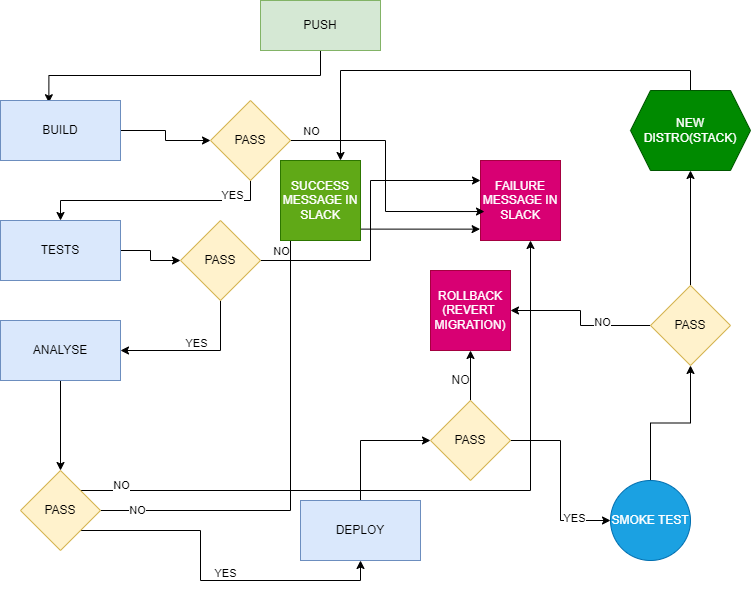
Before: CI/CD-FLOW.png, a diagram exported from draw.io (Voldarco/AWS-Practice). Source tidied: cells renumbered, new cells last; positions are measured from the earlier drawing's top-left corner, leaving out a move shared by most shapes. Its diagram source:
```xml
<mxGraphModel>
  <root>
    <mxCell id="0" />
    <mxCell id="1" parent="0" />
    <mxCell id="2" style="edgeStyle=orthogonalEdgeStyle;rounded=0;jettySize=auto;html=1;exitX=0.5;exitY=1;exitDx=0;exitDy=0;entryX=0.403;entryY=0.037;entryDx=0;entryDy=0;entryPerimeter=0;" parent="1" edge="1" source="3" target="5">
      <mxGeometry relative="1" as="geometry" />
    </mxCell>
    <mxCell id="3" value="PUSH" style="rounded=0;whiteSpace=wrap;html=1;fillColor=#d5e8d4;strokeColor=#82b366;" parent="1" vertex="1">
      <mxGeometry x="260" width="120" height="50" as="geometry" />
    </mxCell>
    <mxCell id="4" style="edgeStyle=orthogonalEdgeStyle;rounded=0;jettySize=auto;html=1;" parent="1" edge="1" source="5" target="13">
      <mxGeometry relative="1" as="geometry" />
    </mxCell>
    <mxCell id="5" value="BUILD" style="rounded=0;whiteSpace=wrap;html=1;fillColor=#dae8fc;strokeColor=#6c8ebf;" parent="1" vertex="1">
      <mxGeometry y="100" width="120" height="60" as="geometry" />
    </mxCell>
    <mxCell id="6" value="FAILURE MESSAGE IN SLACK" style="whiteSpace=wrap;html=1;fillColor=#d80073;strokeColor=#A50040;fontColor=#ffffff;" parent="1" vertex="1">
      <mxGeometry x="480" y="160" width="80" height="80" as="geometry" />
    </mxCell>
    <mxCell id="7" style="edgeStyle=orthogonalEdgeStyle;rounded=0;jettySize=auto;html=1;exitX=1;exitY=0.5;exitDx=0;exitDy=0;entryX=0;entryY=0.5;entryDx=0;entryDy=0;" parent="1" edge="1" source="8" target="18">
      <mxGeometry relative="1" as="geometry" />
    </mxCell>
    <mxCell id="8" value="TESTS" style="rounded=0;whiteSpace=wrap;html=1;fillColor=#dae8fc;strokeColor=#6c8ebf;" parent="1" vertex="1">
      <mxGeometry y="220" width="120" height="60" as="geometry" />
    </mxCell>
    <mxCell id="9" style="edgeStyle=orthogonalEdgeStyle;rounded=0;jettySize=auto;html=1;exitX=1;exitY=0.5;exitDx=0;exitDy=0;entryX=0.05;entryY=0.638;entryDx=0;entryDy=0;entryPerimeter=0;" parent="1" edge="1" source="13" target="6">
      <mxGeometry relative="1" as="geometry" />
    </mxCell>
    <mxCell id="10" value="NO" style="edgeLabel;html=1;align=center;verticalAlign=middle;" parent="9" vertex="1">
      <mxGeometry x="-0.85" y="10" relative="1" as="geometry" />
    </mxCell>
    <mxCell id="11" style="edgeStyle=orthogonalEdgeStyle;rounded=0;jettySize=auto;html=1;exitX=0.5;exitY=1;exitDx=0;exitDy=0;entryX=0.5;entryY=0;entryDx=0;entryDy=0;" parent="1" edge="1" source="13" target="8">
      <mxGeometry relative="1" as="geometry" />
    </mxCell>
    <mxCell id="12" value="YES" style="edgeLabel;html=1;align=center;verticalAlign=middle;" parent="11" vertex="1">
      <mxGeometry x="-0.67" y="-6" relative="1" as="geometry" />
    </mxCell>
    <mxCell id="13" value="PASS" style="rhombus;whiteSpace=wrap;html=1;fillColor=#fff2cc;strokeColor=#d6b656;" parent="1" vertex="1">
      <mxGeometry x="210" y="100" width="80" height="80" as="geometry" />
    </mxCell>
    <mxCell id="14" style="edgeStyle=orthogonalEdgeStyle;rounded=0;jettySize=auto;html=1;exitX=1;exitY=0.5;exitDx=0;exitDy=0;entryX=0;entryY=0.25;entryDx=0;entryDy=0;" parent="1" edge="1" source="18" target="6">
      <mxGeometry relative="1" as="geometry" />
    </mxCell>
    <mxCell id="15" value="NO" style="edgeLabel;html=1;align=center;verticalAlign=middle;" parent="14" vertex="1">
      <mxGeometry x="-0.87" y="10" relative="1" as="geometry" />
    </mxCell>
    <mxCell id="16" style="edgeStyle=orthogonalEdgeStyle;rounded=0;jettySize=auto;html=1;exitX=0.5;exitY=1;exitDx=0;exitDy=0;entryX=1;entryY=0.5;entryDx=0;entryDy=0;" parent="1" edge="1" source="18" target="20">
      <mxGeometry relative="1" as="geometry" />
    </mxCell>
    <mxCell id="17" value="YES" style="edgeLabel;html=1;align=center;verticalAlign=middle;" parent="16" vertex="1">
      <mxGeometry y="-8" relative="1" as="geometry" />
    </mxCell>
    <mxCell id="18" value="PASS" style="rhombus;whiteSpace=wrap;html=1;fillColor=#fff2cc;strokeColor=#d6b656;" parent="1" vertex="1">
      <mxGeometry x="180" y="220" width="80" height="80" as="geometry" />
    </mxCell>
    <mxCell id="19" style="edgeStyle=orthogonalEdgeStyle;rounded=0;jettySize=auto;html=1;exitX=0.5;exitY=1;exitDx=0;exitDy=0;" parent="1" edge="1" source="20" target="29">
      <mxGeometry relative="1" as="geometry" />
    </mxCell>
    <mxCell id="20" value="ANALYSE" style="rounded=0;whiteSpace=wrap;html=1;fillColor=#dae8fc;strokeColor=#6c8ebf;" parent="1" vertex="1">
      <mxGeometry y="320" width="120" height="60" as="geometry" />
    </mxCell>
    <mxCell id="21" style="edgeStyle=orthogonalEdgeStyle;rounded=0;jettySize=auto;html=1;exitX=0.5;exitY=0;exitDx=0;exitDy=0;entryX=0;entryY=0.5;entryDx=0;entryDy=0;" parent="1" edge="1" source="22" target="37">
      <mxGeometry relative="1" as="geometry" />
    </mxCell>
    <mxCell id="22" value="DEPLOY" style="whiteSpace=wrap;html=1;fillColor=#dae8fc;strokeColor=#6c8ebf;rounded=0;" parent="1" vertex="1">
      <mxGeometry x="300" y="500" width="120" height="60" as="geometry" />
    </mxCell>
    <mxCell id="23" style="edgeStyle=orthogonalEdgeStyle;rounded=0;jettySize=auto;html=1;exitX=1;exitY=0;exitDx=0;exitDy=0;" parent="1" edge="1" source="29" target="6">
      <mxGeometry relative="1" as="geometry">
        <Array as="points">
          <mxPoint x="530" y="490" />
        </Array>
      </mxGeometry>
    </mxCell>
    <mxCell id="24" value="NO" style="edgeLabel;html=1;align=center;verticalAlign=middle;" parent="23" vertex="1">
      <mxGeometry x="-0.89" y="6" relative="1" as="geometry" />
    </mxCell>
    <mxCell id="25" style="edgeStyle=orthogonalEdgeStyle;rounded=0;jettySize=auto;html=1;exitX=1;exitY=0.5;exitDx=0;exitDy=0;entryX=-0.005;entryY=0.858;entryDx=0;entryDy=0;entryPerimeter=0;" parent="1" edge="1" source="29" target="6">
      <mxGeometry relative="1" as="geometry" />
    </mxCell>
    <mxCell id="26" value="NO" style="edgeLabel;html=1;align=center;verticalAlign=middle;" parent="25" vertex="1">
      <mxGeometry x="-0.89" y="1" relative="1" as="geometry" />
    </mxCell>
    <mxCell id="27" style="edgeStyle=orthogonalEdgeStyle;rounded=0;jettySize=auto;html=1;exitX=1;exitY=1;exitDx=0;exitDy=0;entryX=0.5;entryY=1;entryDx=0;entryDy=0;" parent="1" edge="1" source="29" target="22">
      <mxGeometry relative="1" as="geometry" />
    </mxCell>
    <mxCell id="28" value="YES" style="edgeLabel;html=1;align=center;verticalAlign=middle;" parent="27" vertex="1">
      <mxGeometry x="0.11" y="8" relative="1" as="geometry" />
    </mxCell>
    <mxCell id="29" value="PASS" style="rhombus;whiteSpace=wrap;html=1;fillColor=#fff2cc;strokeColor=#d6b656;" parent="1" vertex="1">
      <mxGeometry x="20" y="470" width="80" height="80" as="geometry" />
    </mxCell>
    <mxCell id="30" value="SUCCESS MESSAGE IN SLACK" style="whiteSpace=wrap;html=1;fillColor=#60a917;fontColor=#ffffff;strokeColor=#2D7600;" parent="1" vertex="1">
      <mxGeometry x="280" y="160" width="80" height="80" as="geometry" />
    </mxCell>
    <mxCell id="31" style="edgeStyle=orthogonalEdgeStyle;rounded=0;jettySize=auto;html=1;exitX=0.5;exitY=0;exitDx=0;exitDy=0;entryX=0.5;entryY=1;entryDx=0;entryDy=0;" parent="1" edge="1" source="32" target="42">
      <mxGeometry relative="1" as="geometry" />
    </mxCell>
    <mxCell id="32" value="SMOKE TEST" style="ellipse;whiteSpace=wrap;html=1;fillColor=#1ba1e2;fontColor=#ffffff;strokeColor=#006EAF;" parent="1" vertex="1">
      <mxGeometry x="610" y="480" width="80" height="80" as="geometry" />
    </mxCell>
    <mxCell id="33" value="ROLLBACK&lt;br&gt;(REVERT&amp;nbsp;&lt;br&gt;MIGRATION)" style="whiteSpace=wrap;html=1;fillColor=#d80073;fontColor=#ffffff;strokeColor=#A50040;" parent="1" vertex="1">
      <mxGeometry x="430" y="270" width="80" height="80" as="geometry" />
    </mxCell>
    <mxCell id="34" style="edgeStyle=orthogonalEdgeStyle;rounded=0;jettySize=auto;html=1;exitX=0.5;exitY=0;exitDx=0;exitDy=0;entryX=0.5;entryY=1;entryDx=0;entryDy=0;" parent="1" edge="1" source="37" target="33">
      <mxGeometry relative="1" as="geometry" />
    </mxCell>
    <mxCell id="35" style="edgeStyle=orthogonalEdgeStyle;rounded=0;jettySize=auto;html=1;exitX=1;exitY=0.5;exitDx=0;exitDy=0;entryX=0;entryY=0.5;entryDx=0;entryDy=0;" parent="1" edge="1" source="37" target="32">
      <mxGeometry relative="1" as="geometry" />
    </mxCell>
    <mxCell id="36" value="YES" style="edgeLabel;html=1;align=center;verticalAlign=middle;" parent="35" vertex="1">
      <mxGeometry x="0.59" y="3" relative="1" as="geometry" />
    </mxCell>
    <mxCell id="37" value="PASS" style="rhombus;whiteSpace=wrap;html=1;fillColor=#fff2cc;strokeColor=#d6b656;" parent="1" vertex="1">
      <mxGeometry x="430" y="400" width="80" height="80" as="geometry" />
    </mxCell>
    <mxCell id="38" value="NO" style="text;html=1;align=center;verticalAlign=middle;strokeColor=none;fillColor=none;" parent="1" vertex="1">
      <mxGeometry x="440" y="365" width="40" height="30" as="geometry" />
    </mxCell>
    <mxCell id="39" style="edgeStyle=orthogonalEdgeStyle;rounded=0;jettySize=auto;html=1;exitX=0;exitY=0.5;exitDx=0;exitDy=0;entryX=1;entryY=0.5;entryDx=0;entryDy=0;" parent="1" edge="1" source="42" target="33">
      <mxGeometry relative="1" as="geometry" />
    </mxCell>
    <mxCell id="40" value="NO" style="edgeLabel;html=1;align=center;verticalAlign=middle;" parent="39" vertex="1">
      <mxGeometry x="-0.37" y="-4" relative="1" as="geometry" />
    </mxCell>
    <mxCell id="41" style="edgeStyle=orthogonalEdgeStyle;rounded=0;jettySize=auto;html=1;exitX=0.5;exitY=0;exitDx=0;exitDy=0;" parent="1" edge="1" source="42">
      <mxGeometry relative="1" as="geometry">
        <mxPoint x="690" y="170" as="targetPoint" />
      </mxGeometry>
    </mxCell>
    <mxCell id="42" value="PASS" style="rhombus;whiteSpace=wrap;html=1;fillColor=#fff2cc;strokeColor=#d6b656;" parent="1" vertex="1">
      <mxGeometry x="650" y="285" width="80" height="80" as="geometry" />
    </mxCell>
    <mxCell id="43" style="edgeStyle=orthogonalEdgeStyle;rounded=0;jettySize=auto;html=1;exitX=0.5;exitY=0;exitDx=0;exitDy=0;entryX=0.75;entryY=0;entryDx=0;entryDy=0;" parent="1" edge="1" source="44" target="30">
      <mxGeometry relative="1" as="geometry" />
    </mxCell>
    <mxCell id="44" value="NEW DISTRO(STACK)" style="shape=hexagon;perimeter=hexagonPerimeter2;whiteSpace=wrap;html=1;fixedSize=1;fillColor=#008a00;strokeColor=#005700;fontColor=#ffffff;" parent="1" vertex="1">
      <mxGeometry x="630" y="90" width="120" height="80" as="geometry" />
    </mxCell>
  </root>
</mxGraphModel>
```
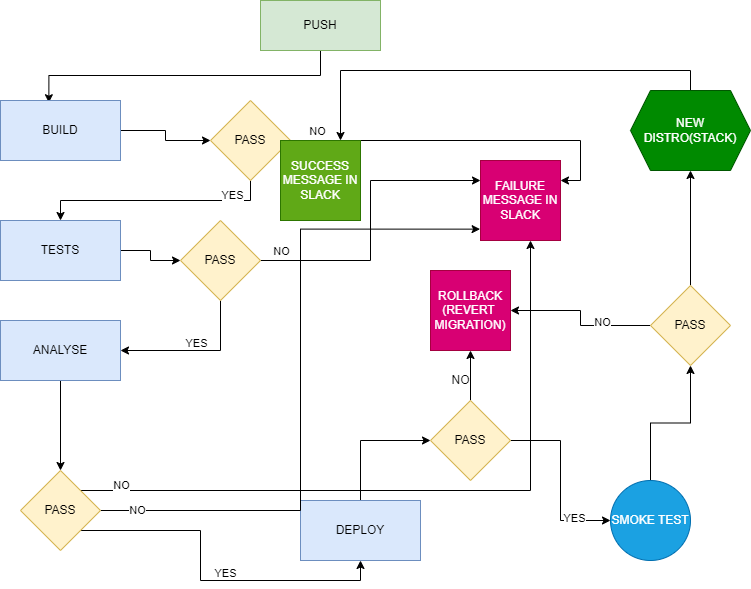
The same file after the commit.

Change to the diagram source:
```diff
@@ -23,7 +23,7 @@
     <mxCell id="8" value="TESTS" style="rounded=0;whiteSpace=wrap;html=1;fillColor=#dae8fc;strokeColor=#6c8ebf;" parent="1" vertex="1">
       <mxGeometry y="220" width="120" height="60" as="geometry" />
     </mxCell>
-    <mxCell id="9" style="edgeStyle=orthogonalEdgeStyle;rounded=0;jettySize=auto;html=1;exitX=1;exitY=0.5;exitDx=0;exitDy=0;entryX=0.05;entryY=0.638;entryDx=0;entryDy=0;entryPerimeter=0;" parent="1" edge="1" source="13" target="6">
+    <mxCell id="9" style="edgeStyle=orthogonalEdgeStyle;rounded=0;jettySize=auto;html=1;exitX=1;exitY=0.5;exitDx=0;exitDy=0;entryX=1;entryY=0.25;entryDx=0;entryDy=0;" parent="1" edge="1" source="13" target="6">
       <mxGeometry relative="1" as="geometry" />
     </mxCell>
     <mxCell id="10" value="NO" style="edgeLabel;html=1;align=center;verticalAlign=middle;" parent="9" vertex="1">
@@ -76,7 +76,12 @@
       <mxGeometry x="-0.89" y="6" relative="1" as="geometry" />
     </mxCell>
     <mxCell id="25" style="edgeStyle=orthogonalEdgeStyle;rounded=0;jettySize=auto;html=1;exitX=1;exitY=0.5;exitDx=0;exitDy=0;entryX=-0.005;entryY=0.858;entryDx=0;entryDy=0;entryPerimeter=0;" parent="1" edge="1" source="29" target="6">
-      <mxGeometry relative="1" as="geometry" />
+      <mxGeometry relative="1" as="geometry">
+        <Array as="points">
+          <mxPoint x="300" y="510" />
+          <mxPoint x="300" y="229" />
+        </Array>
+      </mxGeometry>
     </mxCell>
     <mxCell id="26" value="NO" style="edgeLabel;html=1;align=center;verticalAlign=middle;" parent="25" vertex="1">
       <mxGeometry x="-0.89" y="1" relative="1" as="geometry" />
@@ -91,7 +96,7 @@
       <mxGeometry x="20" y="470" width="80" height="80" as="geometry" />
     </mxCell>
     <mxCell id="30" value="SUCCESS MESSAGE IN SLACK" style="whiteSpace=wrap;html=1;fillColor=#60a917;fontColor=#ffffff;strokeColor=#2D7600;" parent="1" vertex="1">
-      <mxGeometry x="280" y="160" width="80" height="80" as="geometry" />
+      <mxGeometry x="280" y="140" width="80" height="80" as="geometry" />
     </mxCell>
     <mxCell id="31" style="edgeStyle=orthogonalEdgeStyle;rounded=0;jettySize=auto;html=1;exitX=0.5;exitY=0;exitDx=0;exitDy=0;entryX=0.5;entryY=1;entryDx=0;entryDy=0;" parent="1" edge="1" source="32" target="42">
       <mxGeometry relative="1" as="geometry" />
```
